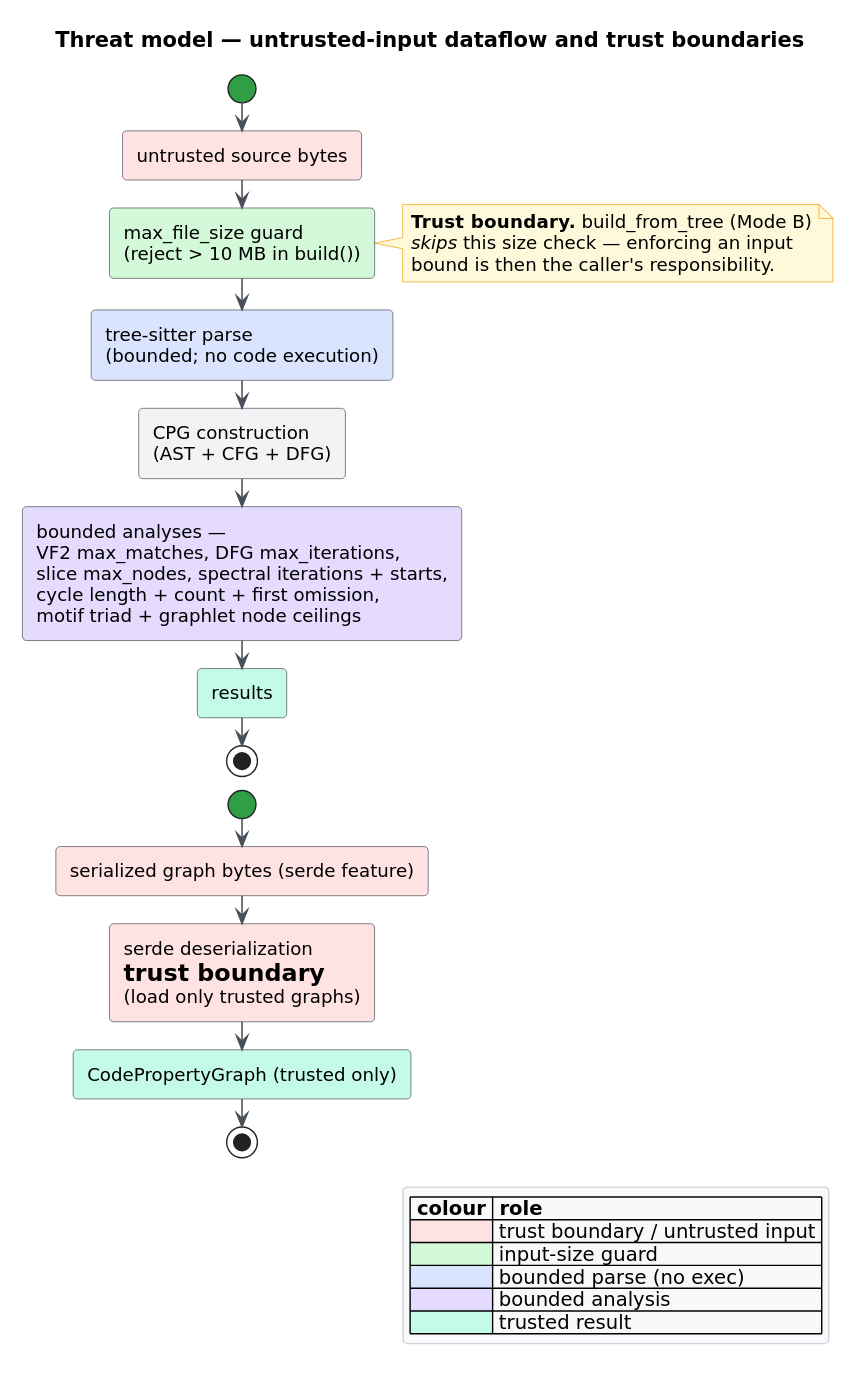
This is docs/diagrams/threat-model-dataflow.svg from vinary-tree/libcpg, a PlantUML export, as it was before one commit. Source of this version:
```plantuml
@startuml
!include _libcpg-theme.iuml
title Threat model — untrusted-input dataflow and trust boundaries

start
:untrusted source bytes;<<#FFE3E3>>
:max_file_size guard
(reject > 10 MB in build());<<#D3F9D8>>
note right
  <b>Trust boundary.</b> build_from_tree (Mode B)
  <i>skips</i> this size check — enforcing an input
  bound is then the caller's responsibility.
end note
:tree-sitter parse
(bounded; no code execution);<<#DBE4FF>>
:CPG construction
(AST + CFG + DFG);<<#F1F3F5>>
:bounded analyses —
VF2 max_matches, DFG max_iterations,
slice max_nodes, spectral iterations + starts,
cycle length + count + first omission,
motif triad + graphlet node ceilings;<<#E5DBFF>>
:results;<<#C3FAE8>>
stop

start
:serialized graph bytes (serde feature);<<#FFE3E3>>
:serde deserialization
= trust boundary
(load only trusted graphs);<<#FFE3E3>>
:CodePropertyGraph (trusted only);<<#C3FAE8>>
stop

legend right
  |= colour |= role |
  |<#FFE3E3>| trust boundary / untrusted input |
  |<#D3F9D8>| input-size guard |
  |<#DBE4FF>| bounded parse (no exec) |
  |<#E5DBFF>| bounded analysis |
  |<#C3FAE8>| trusted result |
endlegend
@enduml
```
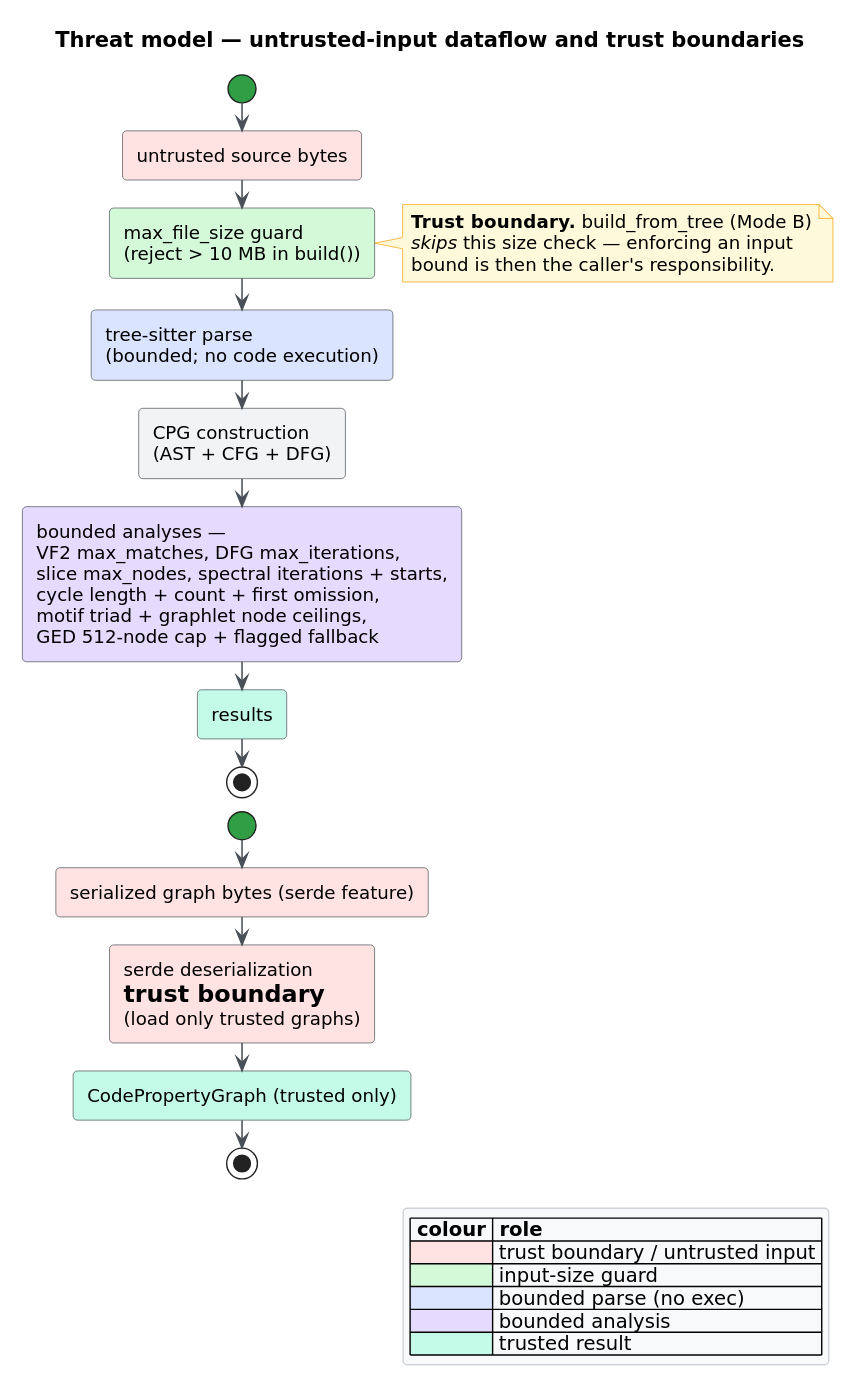
After the commit.

Diff of the diagram source:
```diff
@@ -19,7 +19,8 @@
 VF2 max_matches, DFG max_iterations,
 slice max_nodes, spectral iterations + starts,
 cycle length + count + first omission,
-motif triad + graphlet node ceilings;<<#E5DBFF>>
+motif triad + graphlet node ceilings,
+GED 512-node cap + flagged fallback;<<#E5DBFF>>
 :results;<<#C3FAE8>>
 stop
 
```
